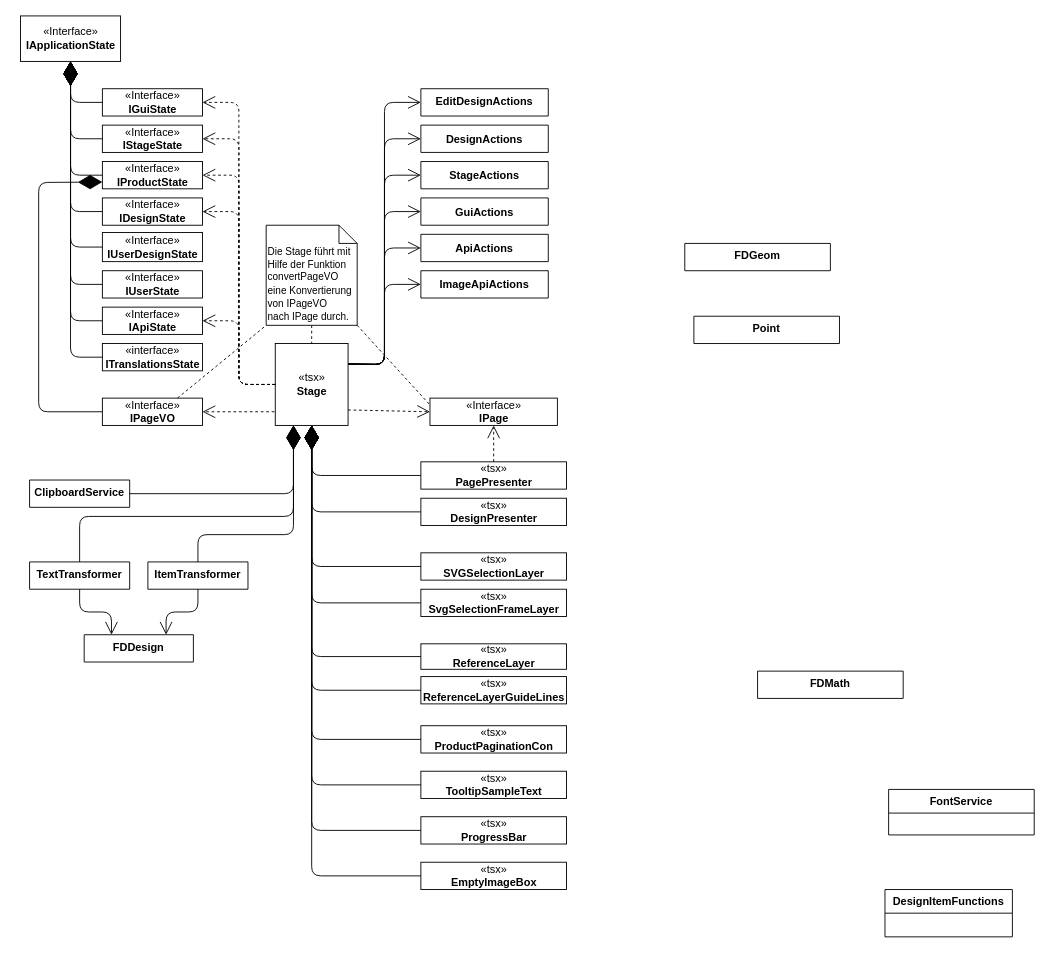
albreax/Diplomarbeit keeps this draw.io diagram as Arbeit/diagrams/Ist-Architektur/Designbearbeiten.drawio. Above is the earlier version. Source tidied: cells renumbered, new cells numbered last; positions are measured from the earlier drawing's top-left corner, leaving out a move shared by most shapes. Both pictures are drawn from the tidied source at 91%, with x=0, y=0 at pixel (20, 15).
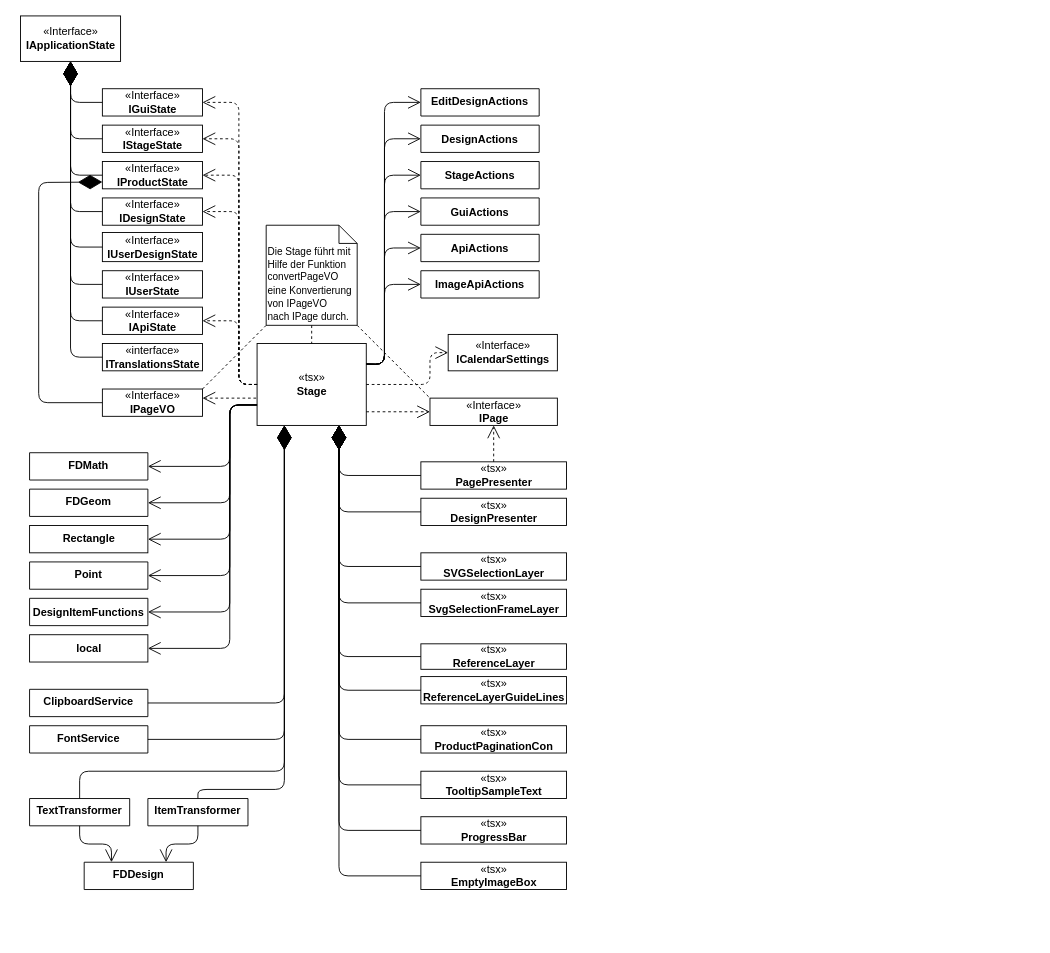
The same page after the edit.

Commit message:
Draw Designbearbeiten

Unchanged cells that the change refers to:
```xml
<mxCell id="3" value="«tsx»&lt;br&gt;&lt;span style=&quot;font-weight: bold&quot;&gt;ProgressBar&lt;/span&gt;" style="html=1;" parent="1" vertex="1">
  <mxGeometry x="440" y="880" width="160" height="30" as="geometry" />
</mxCell>
<mxCell id="4" value="«tsx»&lt;br&gt;&lt;span style=&quot;font-weight: bold&quot;&gt;PagePresenter&lt;/span&gt;" style="html=1;" parent="1" vertex="1">
  <mxGeometry x="440" y="490" width="160" height="30" as="geometry" />
</mxCell>
<mxCell id="5" value="«tsx»&lt;br&gt;&lt;span style=&quot;font-weight: bold&quot;&gt;DesignPresenter&lt;/span&gt;" style="html=1;" parent="1" vertex="1">
  <mxGeometry x="440" y="530" width="160" height="30" as="geometry" />
</mxCell>
<mxCell id="6" value="«tsx»&lt;br&gt;&lt;span style=&quot;font-weight: bold&quot;&gt;ReferenceLayer&lt;/span&gt;" style="html=1;" parent="1" vertex="1">
  <mxGeometry x="440" y="690" width="160" height="28" as="geometry" />
</mxCell>
<mxCell id="7" value="«tsx»&lt;br&gt;&lt;span style=&quot;font-weight: bold&quot;&gt;SVGSelectionLayer&lt;/span&gt;" style="html=1;" parent="1" vertex="1">
  <mxGeometry x="440" y="590" width="160" height="30" as="geometry" />
</mxCell>
<mxCell id="8" value="«tsx»&lt;br&gt;&lt;span style=&quot;font-weight: bold&quot;&gt;ReferenceLayerGuideLines&lt;/span&gt;" style="html=1;" parent="1" vertex="1">
  <mxGeometry x="440" y="726" width="160" height="30" as="geometry" />
</mxCell>
<mxCell id="9" value="«tsx»&lt;br&gt;&lt;span style=&quot;font-weight: bold&quot;&gt;SvgSelectionFrameLayer&lt;/span&gt;" style="html=1;" parent="1" vertex="1">
  <mxGeometry x="440" y="630" width="160" height="30" as="geometry" />
</mxCell>
<mxCell id="10" value="«tsx»&lt;br&gt;&lt;span style=&quot;font-weight: bold&quot;&gt;TooltipSampleText&lt;/span&gt;" style="html=1;" parent="1" vertex="1">
  <mxGeometry x="440" y="830" width="160" height="30" as="geometry" />
</mxCell>
<mxCell id="11" value="«tsx»&lt;br&gt;&lt;b&gt;ProductPaginationCon&lt;/b&gt;" style="html=1;" parent="1" vertex="1">
  <mxGeometry x="440" y="780" width="160" height="30" as="geometry" />
</mxCell>
<mxCell id="47" value="«tsx»&lt;br&gt;&lt;b&gt;EmptyImageBox&lt;/b&gt;" style="html=1;" parent="1" vertex="1">
  <mxGeometry x="440" y="930" width="160" height="30" as="geometry" />
</mxCell>
<mxCell id="52" value="«Interface»&lt;br&gt;&lt;b&gt;IPage&lt;/b&gt;" style="html=1;" parent="1" vertex="1">
  <mxGeometry x="450" y="420" width="140" height="30" as="geometry" />
</mxCell>
<mxCell id="55" value="&lt;font style=&quot;font-size: 11px&quot;&gt;Die Stage führt mit Hilfe der Funktion&lt;br&gt;convertPageVO eine Konvertierung von IPageVO nach&amp;nbsp;IPage durch.&lt;/font&gt;" style="shape=note;size=20;whiteSpace=wrap;html=1;align=left;verticalAlign=bottom;" parent="1" vertex="1">
  <mxGeometry x="270" y="230" width="100" height="110" as="geometry" />
</mxCell>
<mxCell id="67" value="«Interface»&lt;br&gt;&lt;b&gt;IProductState&lt;/b&gt;" style="html=1;" parent="63" vertex="1">
  <mxGeometry x="90" y="160" width="110" height="30" as="geometry" />
</mxCell>
```

What changed in the source:
```diff
@@
     <mxCell id="2" value="«tsx»&lt;br&gt;&lt;b&gt;Stage&lt;/b&gt;" style="html=1;" parent="1" vertex="1">
-      <mxGeometry x="280" y="360" width="80" height="90" as="geometry" />
+      <mxGeometry x="260" y="360" width="120" height="90" as="geometry" />
     </mxCell>
@@
     <mxCell id="12" value="EditDesignActions" style="swimlane;fontStyle=1;align=center;verticalAlign=top;horizontal=1;startSize=52;" parent="1" vertex="1">
-      <mxGeometry x="440" y="80" width="140" height="30" as="geometry" />
+      <mxGeometry x="440" y="80" width="130" height="30" as="geometry" />
     </mxCell>
     <mxCell id="13" value="DesignActions" style="swimlane;fontStyle=1;horizontal=1;startSize=76;fillColor=none;" parent="1" vertex="1">
-      <mxGeometry x="440" y="120" width="140" height="30" as="geometry" />
+      <mxGeometry x="440" y="120" width="130" height="30" as="geometry" />
     </mxCell>
     <mxCell id="14" value="GuiActions" style="swimlane;fontStyle=1;horizontal=1;startSize=52;fillColor=none;" parent="1" vertex="1">
-      <mxGeometry x="440" y="200" width="140" height="30" as="geometry" />
+      <mxGeometry x="440" y="200" width="130" height="30" as="geometry" />
     </mxCell>
     <mxCell id="15" value="StageActions" style="swimlane;fontStyle=1;horizontal=1;startSize=52;fillColor=none;" parent="1" vertex="1">
-      <mxGeometry x="440" y="160" width="140" height="30" as="geometry" />
+      <mxGeometry x="440" y="160" width="130" height="30" as="geometry" />
     </mxCell>
     <mxCell id="16" value="ApiActions" style="swimlane;fontStyle=1;horizontal=1;startSize=52;fillColor=none;" parent="1" vertex="1">
-      <mxGeometry x="440" y="240" width="140" height="30" as="geometry" />
+      <mxGeometry x="440" y="240" width="130" height="30" as="geometry" />
     </mxCell>
-    <mxCell id="17" value="FontService" style="swimlane;fontStyle=1;align=center;verticalAlign=top;horizontal=1;startSize=26;" parent="1" vertex="1">
-      <mxGeometry x="954" y="850" width="160" height="50" as="geometry" />
+    <mxCell id="17" value="FontService" style="swimlane;fontStyle=1;align=center;verticalAlign=top;horizontal=1;startSize=50;" parent="1" vertex="1">
+      <mxGeometry x="10" y="780" width="130" height="30" as="geometry" />
     </mxCell>
-    <mxCell id="18" value="DesignItemFunctions" style="swimlane;fontStyle=1;horizontal=1;startSize=26;fillColor=none;" parent="1" vertex="1">
-      <mxGeometry x="950" y="960" width="140" height="52" as="geometry" />
+    <mxCell id="18" value="DesignItemFunctions" style="swimlane;fontStyle=1;horizontal=1;startSize=30;fillColor=none;" parent="1" vertex="1">
+      <mxGeometry x="10" y="640" width="130" height="30" as="geometry" />
     </mxCell>
     <mxCell id="19" value="ItemTransformer" style="swimlane;fontStyle=1;align=center;verticalAlign=top;horizontal=1;startSize=34;" parent="1" vertex="1">
-      <mxGeometry x="140" y="600" width="110" height="30" as="geometry" />
+      <mxGeometry x="140" y="860" width="110" height="30" as="geometry" />
     </mxCell>
     <mxCell id="20" value="TextTransformer" style="swimlane;fontStyle=1;align=center;verticalAlign=top;horizontal=1;startSize=34;" parent="1" vertex="1">
-      <mxGeometry x="10" y="600" width="110" height="30" as="geometry" />
+      <mxGeometry x="10" y="860" width="110" height="30" as="geometry" />
     </mxCell>
     <mxCell id="21" value="FDDesign" style="swimlane;fontStyle=1;align=center;verticalAlign=top;horizontal=1;startSize=34;" parent="1" vertex="1">
-      <mxGeometry x="70" y="680" width="120" height="30" as="geometry" />
+      <mxGeometry x="70" y="930" width="120" height="30" as="geometry" />
     </mxCell>
     <mxCell id="22" value="FDGeom" style="swimlane;fontStyle=1;align=center;verticalAlign=top;horizontal=1;startSize=50;" parent="1" vertex="1">
-      <mxGeometry x="730" y="250" width="160" height="30" as="geometry" />
+      <mxGeometry x="10" y="520" width="130" height="30" as="geometry" />
     </mxCell>
     <mxCell id="23" value="Point" style="swimlane;fontStyle=1;align=center;verticalAlign=top;horizontal=1;startSize=50;" parent="1" vertex="1">
-      <mxGeometry x="740" y="330" width="160" height="30" as="geometry" />
+      <mxGeometry x="10" y="600" width="130" height="30" as="geometry" />
     </mxCell>
     <mxCell id="24" value="FDMath" style="swimlane;fontStyle=1;align=center;verticalAlign=top;horizontal=1;startSize=50;" parent="1" vertex="1">
-      <mxGeometry x="810" y="720" width="160" height="30" as="geometry" />
+      <mxGeometry x="10" y="480" width="130" height="30" as="geometry" />
     </mxCell>
     <mxCell id="25" value="ClipboardService" style="swimlane;fontStyle=1;align=center;verticalAlign=top;horizontal=1;startSize=50;" parent="1" vertex="1">
-      <mxGeometry x="10" y="510" width="110" height="30" as="geometry" />
+      <mxGeometry x="10" y="740" width="130" height="30" as="geometry" />
     </mxCell>
@@
     <mxCell id="35" value="ImageApiActions" style="swimlane;fontStyle=1;horizontal=1;startSize=52;fillColor=none;" parent="1" vertex="1">
-      <mxGeometry x="440" y="280" width="140" height="30" as="geometry" />
+      <mxGeometry x="440" y="280" width="130" height="30" as="geometry" />
     </mxCell>
@@
-    <mxCell id="38" style="endArrow=diamondThin;endFill=1;endSize=24;html=1;entryX=0.5;entryY=1;entryDx=0;entryDy=0;exitX=0;exitY=0.5;exitDx=0;exitDy=0;" parent="1" edge="1" source="4" target="2">
+    <mxCell id="38" style="endArrow=diamondThin;endFill=1;endSize=24;html=1;entryX=0.75;entryY=1;entryDx=0;entryDy=0;exitX=0;exitY=0.5;exitDx=0;exitDy=0;" parent="1" edge="1" source="4" target="2">
       <mxGeometry relative="1" as="geometry">
         <Array as="points">
-          <mxPoint x="320" y="505" />
+          <mxPoint x="350" y="505" />
         </Array>
       </mxGeometry>
     </mxCell>
-    <mxCell id="39" style="endArrow=diamondThin;endFill=1;endSize=24;html=1;entryX=0.5;entryY=1;entryDx=0;entryDy=0;exitX=0;exitY=0.5;exitDx=0;exitDy=0;" parent="1" edge="1" source="5" target="2">
+    <mxCell id="39" style="endArrow=diamondThin;endFill=1;endSize=24;html=1;entryX=0.75;entryY=1;entryDx=0;entryDy=0;exitX=0;exitY=0.5;exitDx=0;exitDy=0;" parent="1" edge="1" source="5" target="2">
       <mxGeometry relative="1" as="geometry">
         <Array as="points">
-          <mxPoint x="320" y="545" />
+          <mxPoint x="350" y="545" />
         </Array>
       </mxGeometry>
     </mxCell>
-    <mxCell id="40" style="endArrow=diamondThin;endFill=1;endSize=24;html=1;entryX=0.5;entryY=1;entryDx=0;entryDy=0;exitX=0;exitY=0.5;exitDx=0;exitDy=0;" parent="1" edge="1" source="7" target="2">
+    <mxCell id="40" style="endArrow=diamondThin;endFill=1;endSize=24;html=1;entryX=0.75;entryY=1;entryDx=0;entryDy=0;exitX=0;exitY=0.5;exitDx=0;exitDy=0;" parent="1" edge="1" source="7" target="2">
       <mxGeometry relative="1" as="geometry">
         <Array as="points">
-          <mxPoint x="320" y="605" />
+          <mxPoint x="350" y="605" />
         </Array>
       </mxGeometry>
     </mxCell>
-    <mxCell id="41" style="endArrow=diamondThin;endFill=1;endSize=24;html=1;entryX=0.5;entryY=1;entryDx=0;entryDy=0;exitX=0;exitY=0.5;exitDx=0;exitDy=0;" parent="1" edge="1" source="9" target="2">
+    <mxCell id="41" style="endArrow=diamondThin;endFill=1;endSize=24;html=1;entryX=0.75;entryY=1;entryDx=0;entryDy=0;exitX=0;exitY=0.5;exitDx=0;exitDy=0;" parent="1" edge="1" source="9" target="2">
       <mxGeometry relative="1" as="geometry">
         <Array as="points">
-          <mxPoint x="320" y="645" />
+          <mxPoint x="350" y="645" />
         </Array>
       </mxGeometry>
     </mxCell>
-    <mxCell id="42" style="endArrow=diamondThin;endFill=1;endSize=24;html=1;entryX=0.5;entryY=1;entryDx=0;entryDy=0;exitX=0;exitY=0.5;exitDx=0;exitDy=0;" parent="1" edge="1" source="6" target="2">
+    <mxCell id="42" style="endArrow=diamondThin;endFill=1;endSize=24;html=1;entryX=0.75;entryY=1;entryDx=0;entryDy=0;exitX=0;exitY=0.5;exitDx=0;exitDy=0;" parent="1" edge="1" source="6" target="2">
       <mxGeometry relative="1" as="geometry">
         <Array as="points">
-          <mxPoint x="320" y="704" />
+          <mxPoint x="350" y="704" />
         </Array>
       </mxGeometry>
     </mxCell>
-    <mxCell id="43" style="endArrow=diamondThin;endFill=1;endSize=24;html=1;entryX=0.5;entryY=1;entryDx=0;entryDy=0;exitX=0;exitY=0.5;exitDx=0;exitDy=0;" parent="1" edge="1" source="8" target="2">
+    <mxCell id="43" style="endArrow=diamondThin;endFill=1;endSize=24;html=1;entryX=0.75;entryY=1;entryDx=0;entryDy=0;exitX=0;exitY=0.5;exitDx=0;exitDy=0;" parent="1" edge="1" source="8" target="2">
       <mxGeometry relative="1" as="geometry">
         <Array as="points">
-          <mxPoint x="320" y="741" />
+          <mxPoint x="350" y="741" />
         </Array>
       </mxGeometry>
     </mxCell>
-    <mxCell id="44" style="endArrow=diamondThin;endFill=1;endSize=24;html=1;entryX=0.5;entryY=1;entryDx=0;entryDy=0;exitX=0;exitY=0.5;exitDx=0;exitDy=0;" parent="1" edge="1" source="11" target="2">
+    <mxCell id="44" style="endArrow=diamondThin;endFill=1;endSize=24;html=1;entryX=0.75;entryY=1;entryDx=0;entryDy=0;exitX=0;exitY=0.5;exitDx=0;exitDy=0;" parent="1" edge="1" source="11" target="2">
       <mxGeometry relative="1" as="geometry">
         <Array as="points">
-          <mxPoint x="320" y="795" />
+          <mxPoint x="350" y="795" />
         </Array>
       </mxGeometry>
     </mxCell>
-    <mxCell id="45" style="endArrow=diamondThin;endFill=1;endSize=24;html=1;entryX=0.5;entryY=1;entryDx=0;entryDy=0;exitX=0;exitY=0.5;exitDx=0;exitDy=0;" parent="1" edge="1" source="10" target="2">
+    <mxCell id="45" style="endArrow=diamondThin;endFill=1;endSize=24;html=1;entryX=0.75;entryY=1;entryDx=0;entryDy=0;exitX=0;exitY=0.5;exitDx=0;exitDy=0;" parent="1" edge="1" source="10" target="2">
       <mxGeometry relative="1" as="geometry">
         <Array as="points">
-          <mxPoint x="320" y="845" />
+          <mxPoint x="350" y="845" />
         </Array>
       </mxGeometry>
     </mxCell>
-    <mxCell id="46" style="endArrow=diamondThin;endFill=1;endSize=24;html=1;entryX=0.5;entryY=1;entryDx=0;entryDy=0;exitX=0;exitY=0.5;exitDx=0;exitDy=0;" parent="1" edge="1" source="3" target="2">
+    <mxCell id="46" style="endArrow=diamondThin;endFill=1;endSize=24;html=1;entryX=0.75;entryY=1;entryDx=0;entryDy=0;exitX=0;exitY=0.5;exitDx=0;exitDy=0;" parent="1" edge="1" source="3" target="2">
       <mxGeometry relative="1" as="geometry">
         <Array as="points">
-          <mxPoint x="320" y="895" />
+          <mxPoint x="350" y="895" />
         </Array>
       </mxGeometry>
     </mxCell>
@@
-    <mxCell id="48" style="endArrow=diamondThin;endFill=1;endSize=24;html=1;exitX=0;exitY=0.5;exitDx=0;exitDy=0;" parent="1" edge="1" source="47">
+    <mxCell id="48" style="endArrow=diamondThin;endFill=1;endSize=24;html=1;exitX=0;exitY=0.5;exitDx=0;exitDy=0;entryX=0.75;entryY=1;entryDx=0;entryDy=0;" parent="1" edge="1" source="47" target="2">
       <mxGeometry relative="1" as="geometry">
-        <mxPoint x="320" y="450" as="targetPoint" />
         <Array as="points">
-          <mxPoint x="320" y="945" />
+          <mxPoint x="350" y="945" />
         </Array>
       </mxGeometry>
     </mxCell>
     <mxCell id="49" value="«Interface»&lt;br&gt;&lt;b&gt;IPageVO&lt;/b&gt;" style="html=1;" parent="1" vertex="1">
-      <mxGeometry x="90" y="420" width="110" height="30" as="geometry" />
+      <mxGeometry x="90" y="410" width="110" height="30" as="geometry" />
     </mxCell>
     <mxCell id="50" style="endArrow=diamondThin;endFill=1;endSize=24;html=1;exitX=0;exitY=0.5;exitDx=0;exitDy=0;entryX=0;entryY=0.75;entryDx=0;entryDy=0;startSize=6;jumpSize=6;" parent="1" edge="1" source="49" target="67">
       <mxGeometry relative="1" as="geometry">
         <Array as="points">
-          <mxPoint x="20" y="435" />
+          <mxPoint x="20" y="425" />
           <mxPoint x="20" y="183" />
         </Array>
       </mxGeometry>
     </mxCell>
-    <mxCell id="51" style="endArrow=open;endFill=1;endSize=12;html=1;exitX=-0.012;exitY=0.833;exitDx=0;exitDy=0;entryX=1;entryY=0.5;entryDx=0;entryDy=0;dashed=1;exitPerimeter=0;" parent="1" edge="1" source="2" target="49">
-      <mxGeometry relative="1" as="geometry" />
+    <mxCell id="51" style="endArrow=open;endFill=1;endSize=12;html=1;dashed=1;" parent="1" edge="1">
+      <mxGeometry relative="1" as="geometry">
+        <mxPoint x="259" y="420" as="sourcePoint" />
+        <mxPoint x="200" y="420" as="targetPoint" />
+      </mxGeometry>
     </mxCell>
@@
     <mxCell id="54" style="endArrow=open;endSize=12;dashed=1;html=1;entryX=0;entryY=0.5;entryDx=0;entryDy=0;" parent="1" edge="1" target="52">
       <mxGeometry relative="1" as="geometry">
-        <mxPoint x="360" y="433" as="sourcePoint" />
+        <mxPoint x="380" y="435" as="sourcePoint" />
       </mxGeometry>
     </mxCell>
@@
-    <mxCell id="56" style="endArrow=none;html=1;dashed=1;startSize=6;endSize=24;entryX=0;entryY=1;entryDx=0;entryDy=0;entryPerimeter=0;exitX=0.75;exitY=0;exitDx=0;exitDy=0;" parent="1" edge="1" source="49" target="55">
+    <mxCell id="56" style="endArrow=none;html=1;dashed=1;startSize=6;endSize=24;entryX=0;entryY=1;entryDx=0;entryDy=0;entryPerimeter=0;exitX=1;exitY=0;exitDx=0;exitDy=0;" parent="1" edge="1" source="49" target="55">
       <mxGeometry relative="1" as="geometry" />
     </mxCell>
-    <mxCell id="57" style="endArrow=none;html=1;dashed=1;startSize=6;endSize=24;entryX=0;entryY=0.25;entryDx=0;entryDy=0;exitX=1;exitY=1;exitDx=0;exitDy=0;exitPerimeter=0;" parent="1" edge="1" source="55" target="52">
+    <mxCell id="57" style="endArrow=none;html=1;dashed=1;startSize=6;endSize=24;entryX=0;entryY=0;entryDx=0;entryDy=0;exitX=1;exitY=1;exitDx=0;exitDy=0;exitPerimeter=0;" parent="1" edge="1" source="55" target="52">
       <mxGeometry relative="1" as="geometry" />
     </mxCell>
@@
-    <mxCell id="61" style="endArrow=diamondThin;endFill=1;endSize=24;html=1;exitX=0.5;exitY=0;exitDx=0;exitDy=0;entryX=0.25;entryY=1;entryDx=0;entryDy=0;edgeStyle=orthogonalEdgeStyle;" parent="1" edge="1" source="20" target="2">
-      <mxGeometry relative="1" as="geometry">
-        <Array as="points">
-          <mxPoint x="65" y="550" />
-          <mxPoint x="300" y="550" />
-        </Array>
-      </mxGeometry>
-    </mxCell>
-    <mxCell id="62" style="endArrow=diamondThin;endFill=1;endSize=24;html=1;entryX=0.25;entryY=1;entryDx=0;entryDy=0;exitX=0.5;exitY=0;exitDx=0;exitDy=0;edgeStyle=orthogonalEdgeStyle;" parent="1" edge="1" source="19" target="2">
-      <mxGeometry relative="1" as="geometry">
-        <Array as="points">
-          <mxPoint x="195" y="570" />
-          <mxPoint x="300" y="570" />
-        </Array>
-      </mxGeometry>
-    </mxCell>
@@
     <mxCell id="81" style="endArrow=diamondThin;endFill=1;endSize=24;html=1;entryX=0.25;entryY=1;entryDx=0;entryDy=0;exitX=1;exitY=0.5;exitDx=0;exitDy=0;" parent="1" edge="1" source="25" target="2">
       <mxGeometry relative="1" as="geometry">
         <Array as="points">
-          <mxPoint x="300" y="525" />
+          <mxPoint x="290" y="755" />
         </Array>
       </mxGeometry>
     </mxCell>
+    <mxCell id="82" style="endArrow=open;endFill=1;endSize=12;html=1;entryX=1;entryY=0.5;entryDx=0;entryDy=0;edgeStyle=orthogonalEdgeStyle;exitX=0;exitY=0.75;exitDx=0;exitDy=0;" parent="1" edge="1" source="2" target="23">
+      <mxGeometry relative="1" as="geometry">
+        <Array as="points">
+          <mxPoint x="230" y="428" />
+          <mxPoint x="230" y="615" />
+        </Array>
+      </mxGeometry>
+    </mxCell>
+    <mxCell id="62" style="endArrow=diamondThin;endFill=1;endSize=24;html=1;entryX=0.25;entryY=1;entryDx=0;entryDy=0;exitX=0.5;exitY=0;exitDx=0;exitDy=0;edgeStyle=orthogonalEdgeStyle;" parent="1" edge="1" source="19" target="2">
+      <mxGeometry relative="1" as="geometry">
+        <Array as="points">
+          <mxPoint x="195" y="850" />
+          <mxPoint x="290" y="850" />
+        </Array>
+      </mxGeometry>
+    </mxCell>
+    <mxCell id="61" style="endArrow=diamondThin;endFill=1;endSize=24;html=1;entryX=0.25;entryY=1;entryDx=0;entryDy=0;exitX=0.5;exitY=0;exitDx=0;exitDy=0;edgeStyle=orthogonalEdgeStyle;" parent="1" edge="1" source="20" target="2">
+      <mxGeometry relative="1" as="geometry">
+        <Array as="points">
+          <mxPoint x="65" y="830" />
+          <mxPoint x="290" y="830" />
+        </Array>
+      </mxGeometry>
+    </mxCell>
+    <mxCell id="83" style="endArrow=open;endFill=1;endSize=12;html=1;entryX=1;entryY=0.5;entryDx=0;entryDy=0;exitX=0;exitY=0.75;exitDx=0;exitDy=0;edgeStyle=orthogonalEdgeStyle;" parent="1" edge="1" source="2" target="18">
+      <mxGeometry relative="1" as="geometry">
+        <Array as="points">
+          <mxPoint x="230" y="428" />
+          <mxPoint x="230" y="655" />
+        </Array>
+      </mxGeometry>
+    </mxCell>
+    <mxCell id="84" style="endArrow=diamondThin;endFill=1;endSize=24;html=1;exitX=1;exitY=0.5;exitDx=0;exitDy=0;entryX=0.25;entryY=1;entryDx=0;entryDy=0;" parent="1" edge="1" source="17" target="2">
+      <mxGeometry relative="1" as="geometry">
+        <Array as="points">
+          <mxPoint x="290" y="795" />
+        </Array>
+      </mxGeometry>
+    </mxCell>
+    <mxCell id="85" style="endArrow=open;endFill=1;endSize=12;html=1;entryX=1;entryY=0.5;entryDx=0;entryDy=0;exitX=0;exitY=0.75;exitDx=0;exitDy=0;edgeStyle=orthogonalEdgeStyle;" parent="1" edge="1" source="2" target="22">
+      <mxGeometry relative="1" as="geometry">
+        <Array as="points">
+          <mxPoint x="230" y="428" />
+          <mxPoint x="230" y="535" />
+        </Array>
+      </mxGeometry>
+    </mxCell>
+    <mxCell id="86" style="endArrow=open;endFill=1;endSize=12;html=1;entryX=1;entryY=0.5;entryDx=0;entryDy=0;exitX=0;exitY=0.75;exitDx=0;exitDy=0;edgeStyle=orthogonalEdgeStyle;" parent="1" edge="1" source="2" target="24">
+      <mxGeometry relative="1" as="geometry">
+        <Array as="points">
+          <mxPoint x="230" y="428" />
+          <mxPoint x="230" y="495" />
+        </Array>
+      </mxGeometry>
+    </mxCell>
+    <mxCell id="87" value="«Interface»&lt;br&gt;&lt;b&gt;ICalendarSettings&lt;/b&gt;" style="html=1;" parent="1" vertex="1">
+      <mxGeometry x="470" y="350" width="120" height="40" as="geometry" />
+    </mxCell>
+    <mxCell id="88" value="&lt;b&gt;Rectangle&lt;/b&gt;" style="html=1;" parent="1" vertex="1">
+      <mxGeometry x="10" y="560" width="130" height="30" as="geometry" />
+    </mxCell>
+    <mxCell id="89" style="endArrow=open;endFill=1;endSize=12;html=1;exitX=0;exitY=0.75;exitDx=0;exitDy=0;entryX=1;entryY=0.5;entryDx=0;entryDy=0;edgeStyle=orthogonalEdgeStyle;" parent="1" edge="1" source="2" target="88">
+      <mxGeometry relative="1" as="geometry">
+        <Array as="points">
+          <mxPoint x="230" y="428" />
+          <mxPoint x="230" y="575" />
+        </Array>
+      </mxGeometry>
+    </mxCell>
+    <mxCell id="90" value="&lt;b&gt;local&lt;/b&gt;" style="html=1;" parent="1" vertex="1">
+      <mxGeometry x="10" y="680" width="130" height="30" as="geometry" />
+    </mxCell>
+    <mxCell id="91" style="endArrow=open;endFill=1;endSize=12;html=1;exitX=0;exitY=0.75;exitDx=0;exitDy=0;entryX=1;entryY=0.5;entryDx=0;entryDy=0;edgeStyle=orthogonalEdgeStyle;" parent="1" edge="1" source="2" target="90">
+      <mxGeometry relative="1" as="geometry">
+        <Array as="points">
+          <mxPoint x="230" y="428" />
+          <mxPoint x="230" y="695" />
+        </Array>
+      </mxGeometry>
+    </mxCell>
+    <mxCell id="92" style="endArrow=open;endFill=1;endSize=12;html=1;exitX=1;exitY=0.5;exitDx=0;exitDy=0;entryX=0;entryY=0.5;entryDx=0;entryDy=0;dashed=1;edgeStyle=orthogonalEdgeStyle;" parent="1" edge="1" source="2" target="87">
+      <mxGeometry relative="1" as="geometry">
+        <Array as="points">
+          <mxPoint x="450" y="405" />
+          <mxPoint x="450" y="370" />
+        </Array>
+      </mxGeometry>
+    </mxCell>
```
